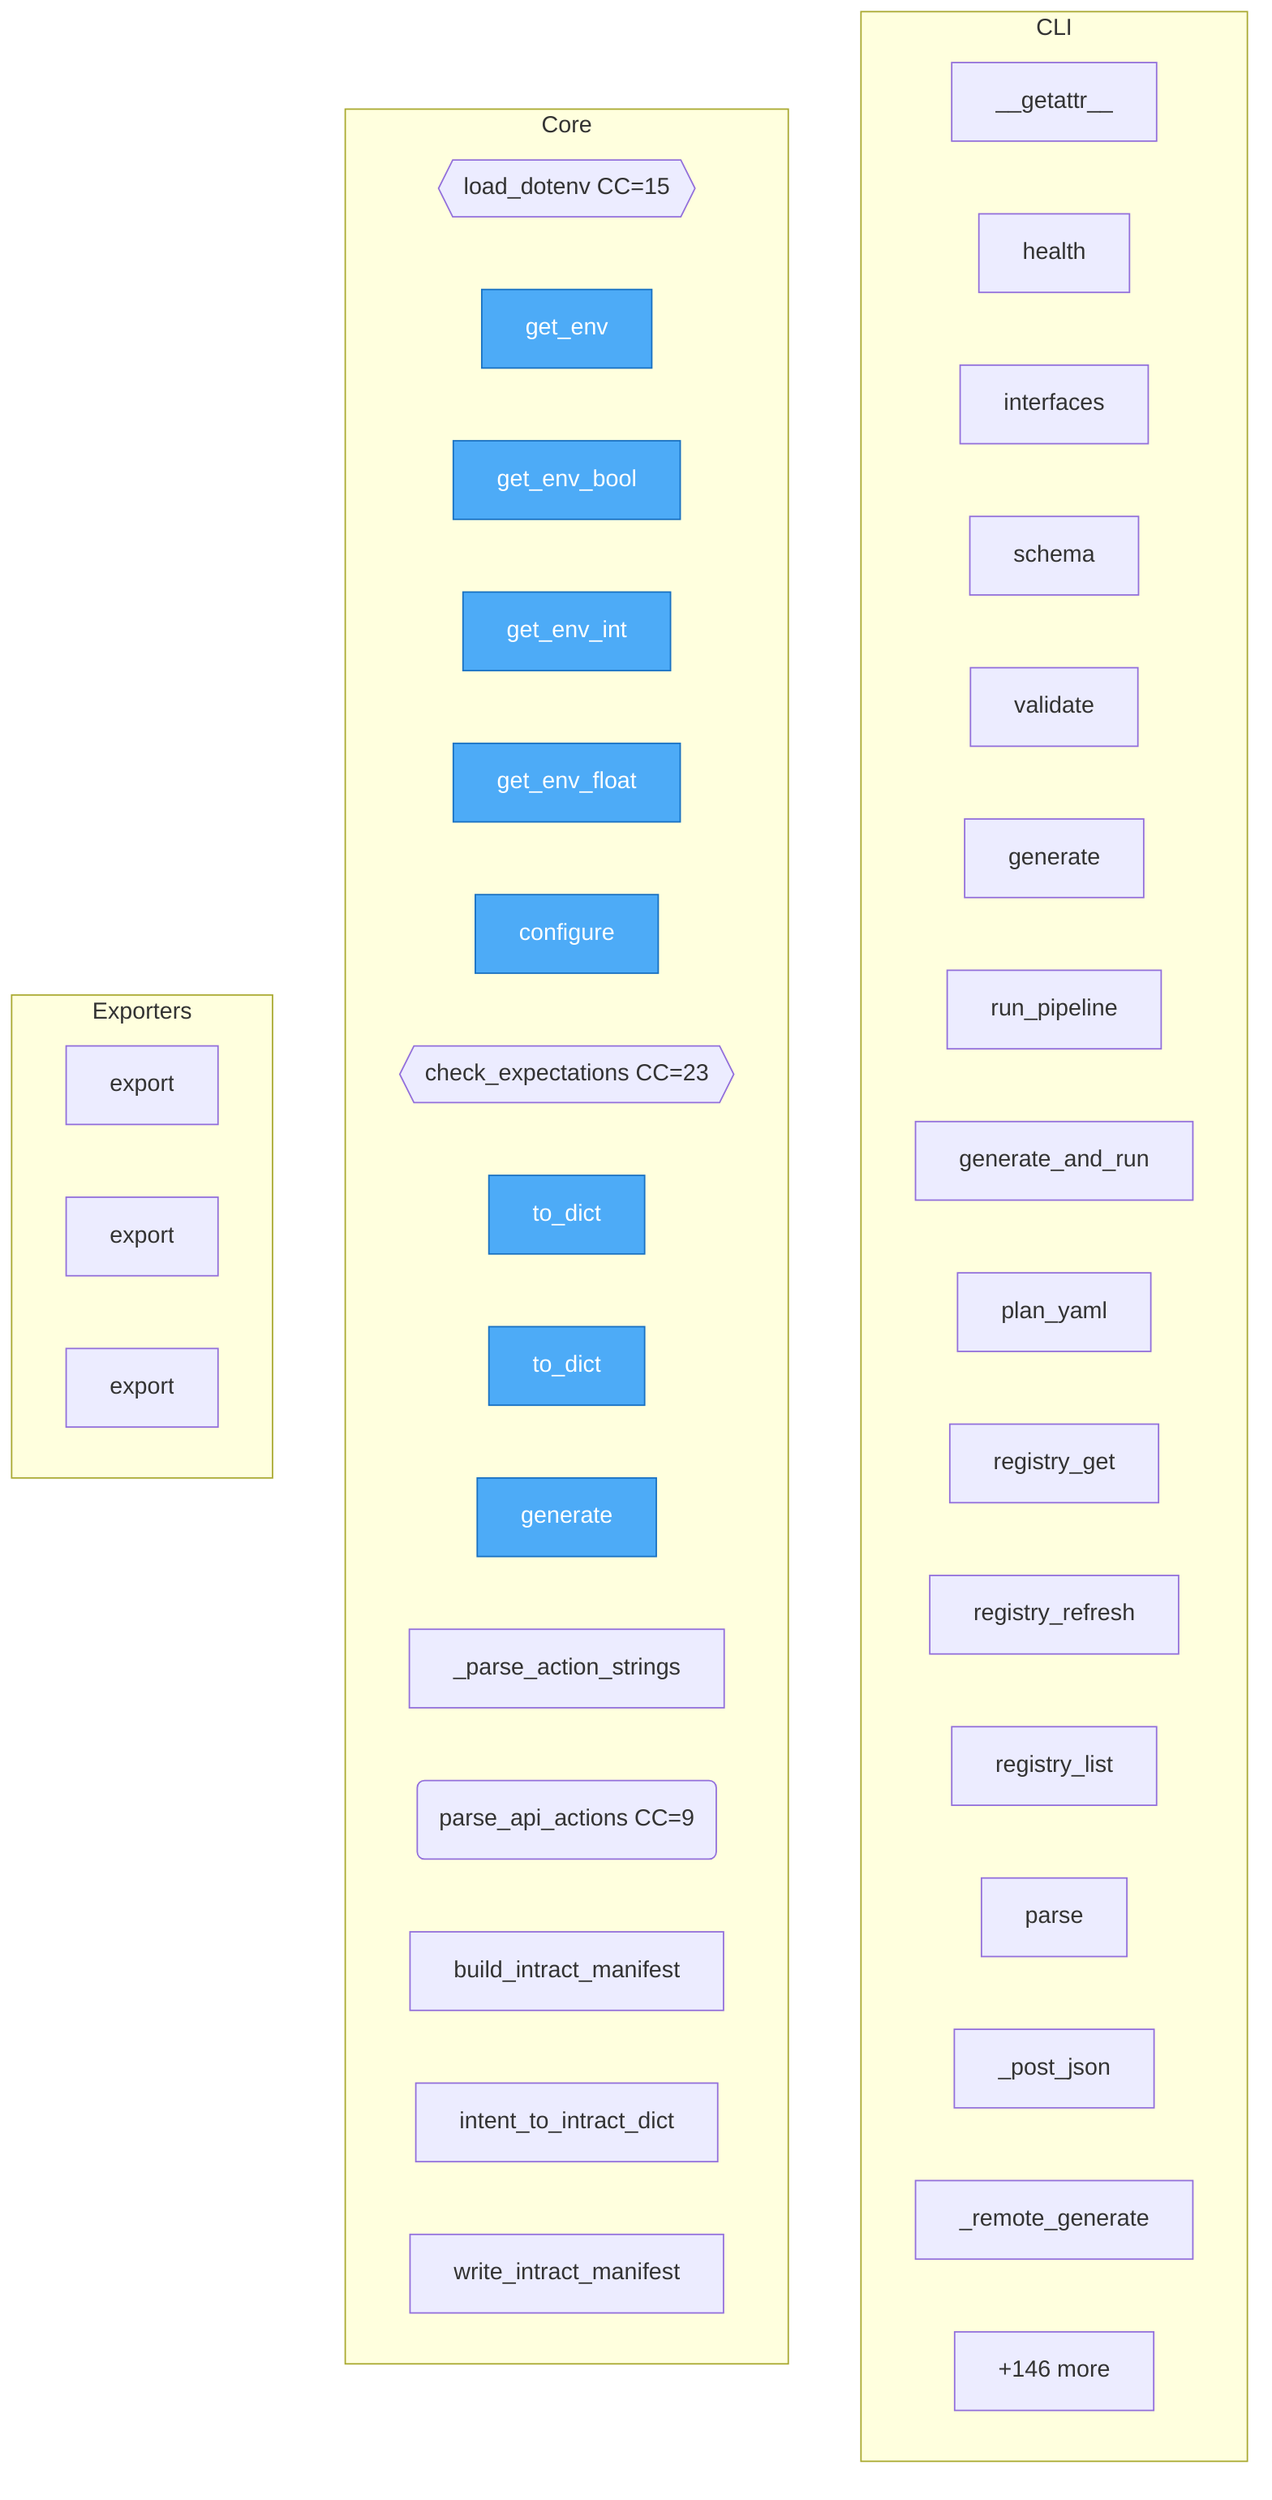
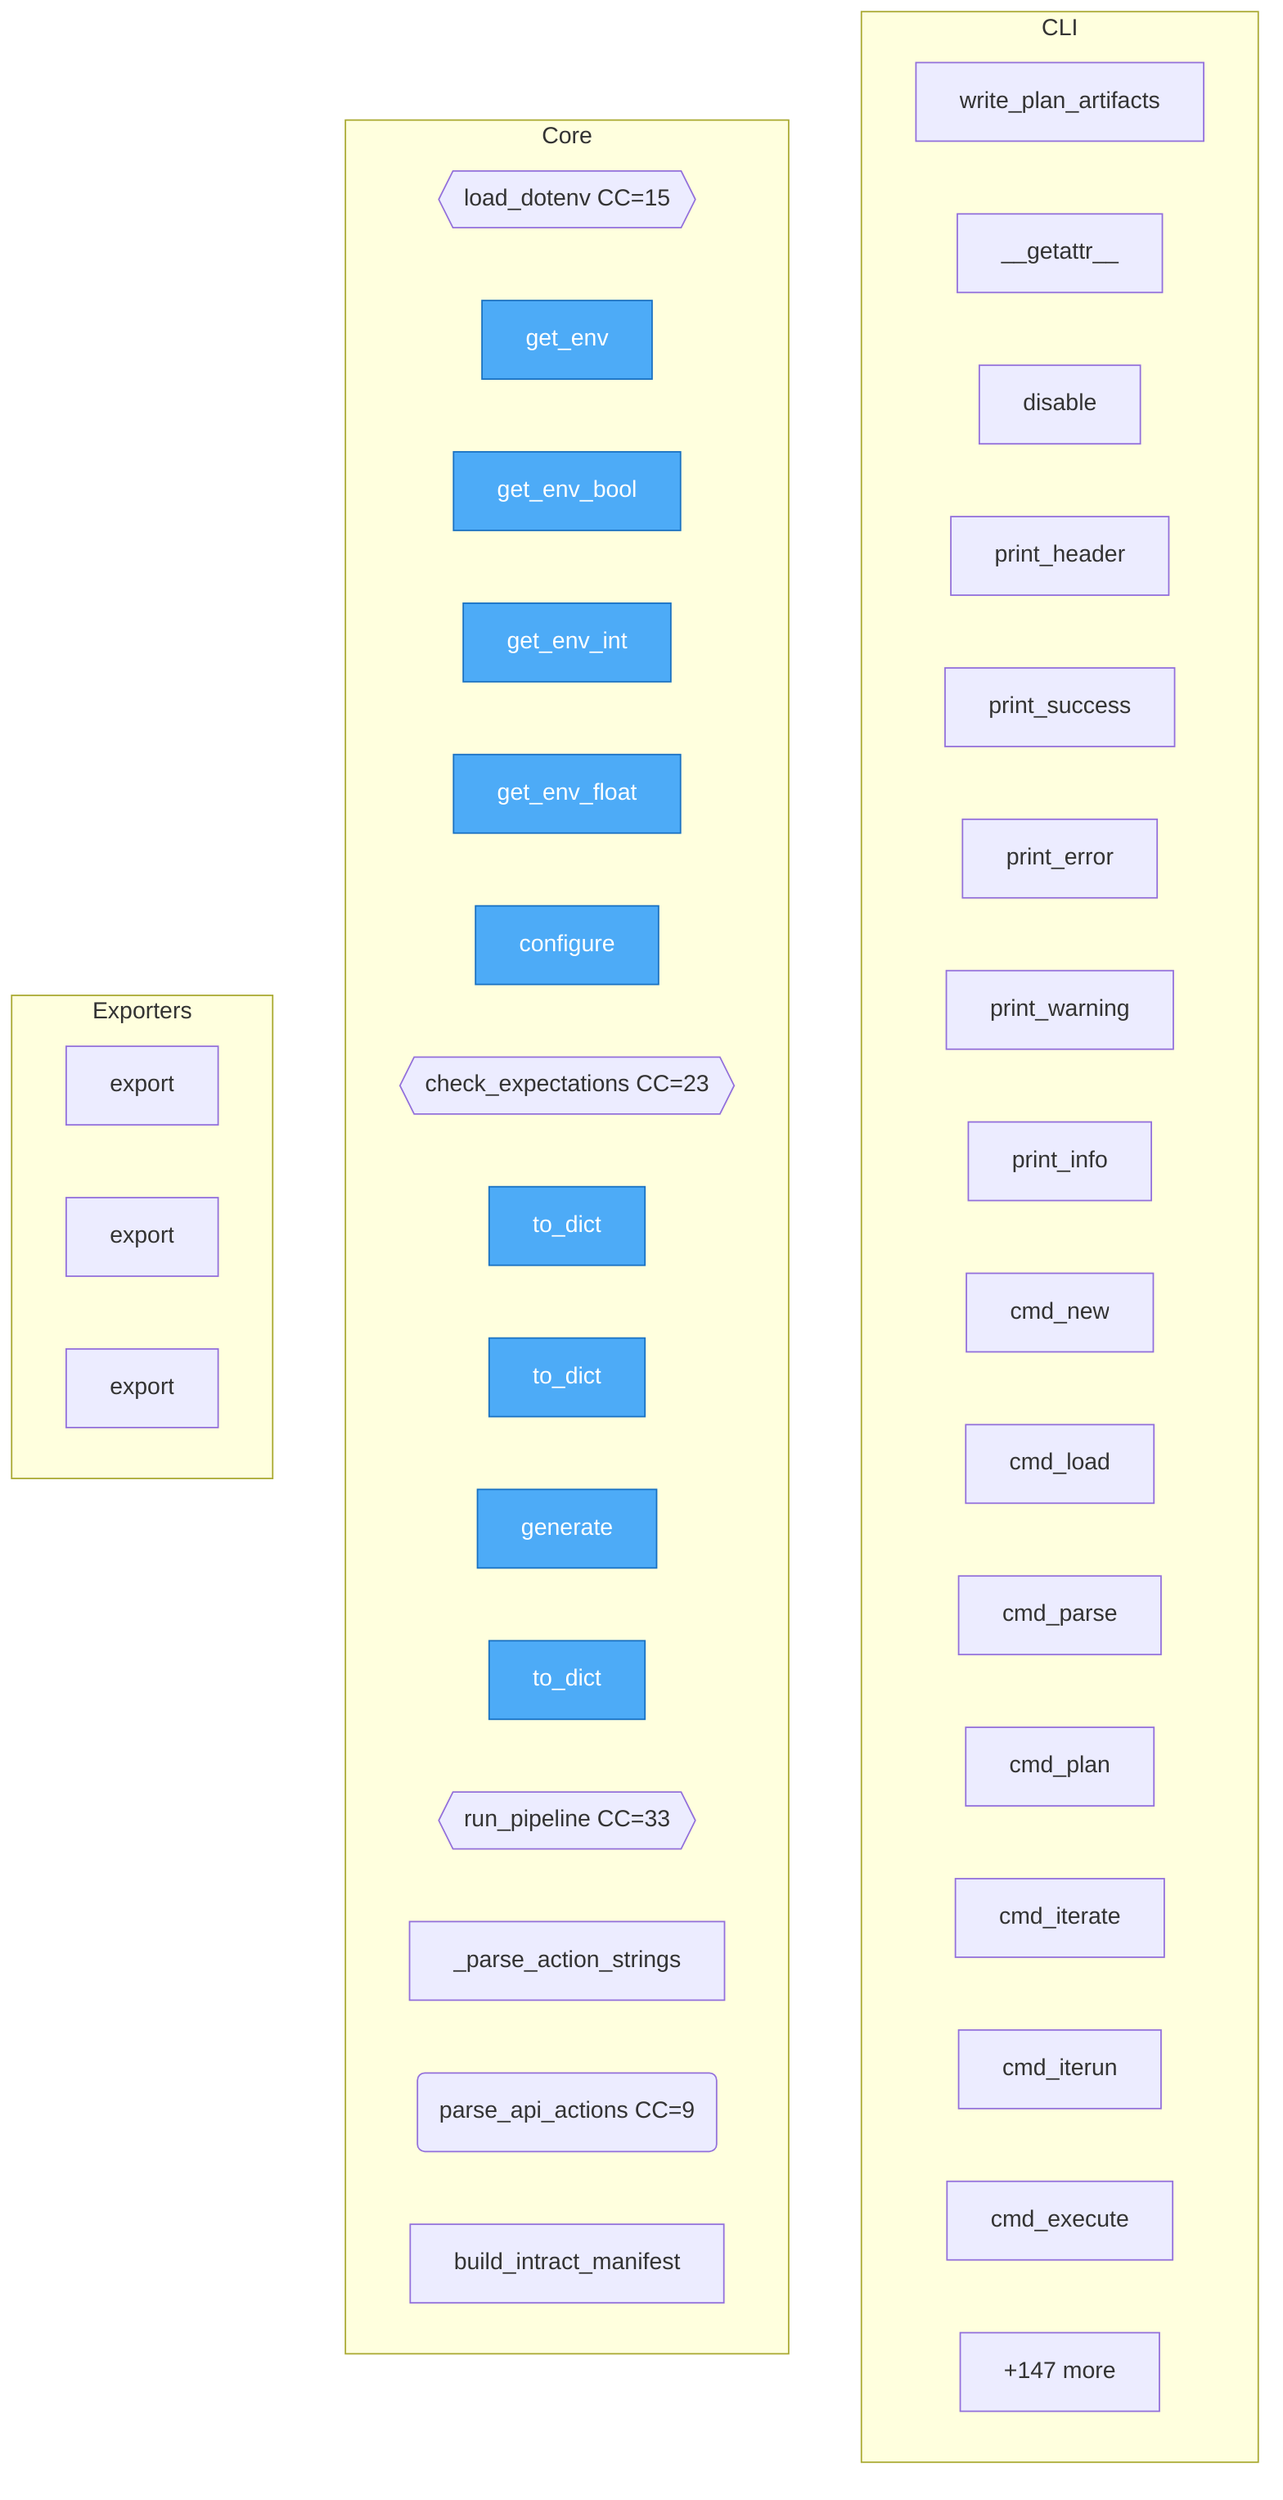
flowchart TD
%% generated in 0.01s

    %% Entry points (blue)
    classDef entry fill:#4dabf7,stroke:#1971c2,color:#fff

    subgraph CLI
+         cli__plan_artifacts__write_plan_artifacts["write_plan_artifacts"]
        cli____getattr__["__getattr__"]
-         sdk__client__IterunClient__health["health"]
-         sdk__client__IterunClient__interfaces["interfaces"]
-         sdk__client__IterunClient__schema["schema"]
-         sdk__client__IterunClient__validate["validate"]
-         sdk__client__IterunClient__generate["generate"]
-         sdk__client__IterunClient__run_pipeline["run_pipeline"]
-         sdk__client__IterunClient__generate_and_run["generate_and_run"]
-         sdk__client__IterunClient__plan_yaml["plan_yaml"]
-         sdk__client__IterunClient__registry_get["registry_get"]
-         sdk__client__IterunClient__registry_refresh["registry_refresh"]
-         sdk__client__IterunClient__registry_list["registry_list"]
-         sdk__client__IterunClient__parse["parse"]
-         sdk__client__IterunClient___post_json["_post_json"]
-         sdk__client__IterunClient___remote_generate["_remote_generate"]
+         cli__shell__Colors__disable["disable"]
+         cli__shell__CLI__print_header["print_header"]
+         cli__shell__CLI__print_success["print_success"]
+         cli__shell__CLI__print_error["print_error"]
+         cli__shell__CLI__print_warning["print_warning"]
+         cli__shell__CLI__print_info["print_info"]
+         cli__shell__CLI__cmd_new["cmd_new"]
+         cli__shell__CLI__cmd_load["cmd_load"]
+         cli__shell__CLI__cmd_parse["cmd_parse"]
+         cli__shell__CLI__cmd_plan["cmd_plan"]
+         cli__shell__CLI__cmd_iterate["cmd_iterate"]
+         cli__shell__CLI__cmd_iterun["cmd_iterun"]
+         cli__shell__CLI__cmd_execute["cmd_execute"]
        ...["+35 more"]
    end

    subgraph Core
        config__load_dotenv{{load_dotenv CC=15}}
        config__get_env["get_env"]
        config__get_env_bool["get_env_bool"]
        config__get_env_int["get_env_int"]
        config__get_env_float["get_env_float"]
        config__configure["configure"]
        generator__expectations__check_expectations{{check_expectations CC=23}}
        generator__intent_generator__GenerateAttempt__to_dict["to_dict"]
        generator__intent_generator__GenerateResult__to_dict["to_dict"]
        generator__intent_generator__IntentGenerator__generate["generate"]
+         generator__pipeline__PipelineResult__to_dict["to_dict"]
+         generator__pipeline__run_pipeline{{run_pipeline CC=33}}
        generator__intract_manifest___parse_action_strings["_parse_action_strings"]
        generator__intract_manifest__parse_api_actions("parse_api_actions CC=9")
        generator__intract_manifest__build_intract_manifest["build_intract_manifest"]
-         generator__intract_manifest__intent_to_intract_dict["intent_to_intract_dict"]
-         generator__intract_manifest__write_intract_manifest["write_intract_manifest"]
-         ...["+146 more"]
+         ...["+147 more"]
    end

    subgraph Exporters
        integrations__adapters__base__RegistryExporter__export["export"]
        integrations__adapters__backstage__BackstageExporter__export["export"]
        integrations__adapters__opentelemetry__OpenTelemetryExporter__export["export"]
    end

-     class config__get_env,config__get_env_bool,config__get_env_int,config__get_env_float,config__configure,generator__intent_generator__GenerateAttempt__to_dict,generator__intent_generator__GenerateResult__to_dict,generator__intent_generator__IntentGenerator__generate,generator__contract_verify__VerifyResult__to_dict,planner__simulator__DryRunResult__add_log entry
+     class config__get_env,config__get_env_bool,config__get_env_int,config__get_env_float,config__configure,generator__intent_generator__GenerateAttempt__to_dict,generator__intent_generator__GenerateResult__to_dict,generator__intent_generator__IntentGenerator__generate,generator__pipeline__PipelineResult__to_dict,generator__contract_verify__VerifyResult__to_dict entry
